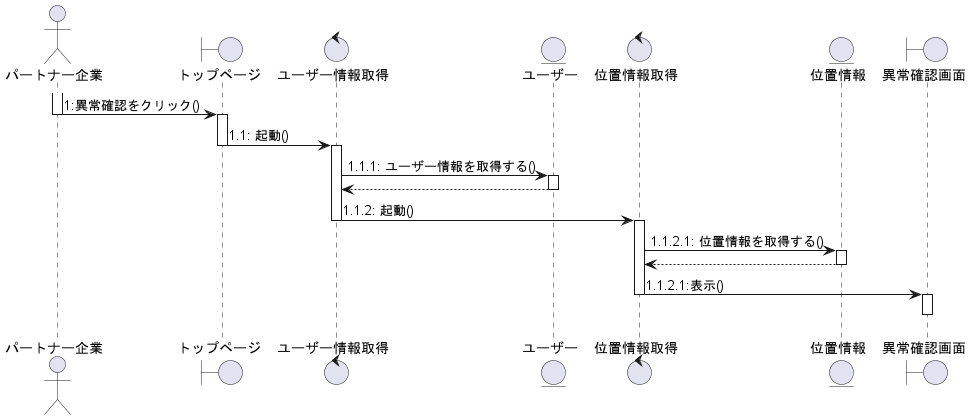
This is out/client_sequence/異常確認.png from ksw2270227/GroupF, a PlantUML export, as it was before one commit. Source of this version:
```plantuml
@startuml 異常確認

actor パートナー企業 as 0
boundary "トップページ" as a
control "ユーザー情報取得" as c
entity ユーザー
control "位置情報取得" as b
entity 位置情報
boundary "異常確認画面" as d





activate 0
0 -> a : 1:異常確認をクリック()
deactivate 0

activate a
a -> c : 1.1: 起動()
deactivate a



activate c
c -> ユーザー :1.1.1: ユーザー情報を取得する()
activate ユーザー
ユーザー --> c
deactivate ユーザー

c -> b : 1.1.2: 起動()
deactivate c


activate b
b -> 位置情報 :1.1.2.1: 位置情報を取得する()
activate 位置情報
位置情報 --> b
deactivate 位置情報

d <- b : 1.1.2.1:表示()
deactivate b
activate d
d -[hidden]-> d
deactivate d

@enduml
```
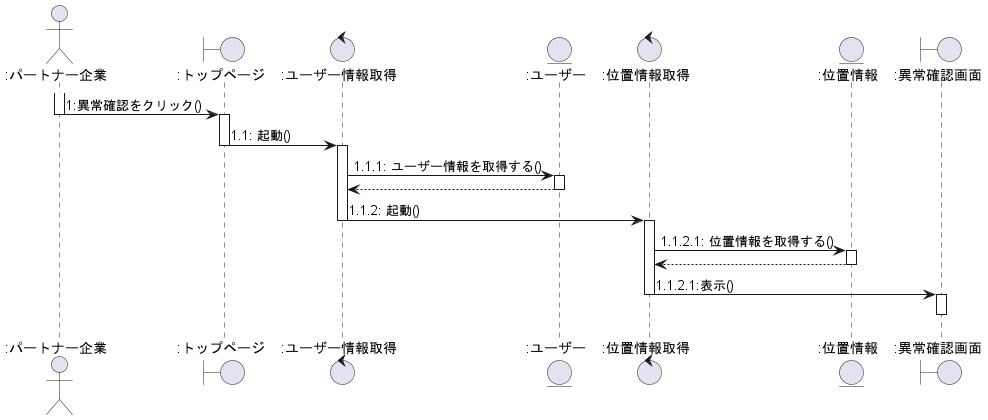
Later version of the same file.

Diff of the diagram source:
```diff
@@ -1,14 +1,12 @@
 @startuml 異常確認
 
-actor パートナー企業 as 0
-boundary "トップページ" as a
-control "ユーザー情報取得" as c
-entity ユーザー
-control "位置情報取得" as b
-entity 位置情報
-boundary "異常確認画面" as d
-
-
+actor ":パートナー企業" as 0
+boundary ":トップページ" as a
+control ":ユーザー情報取得" as c
+entity ":ユーザー" as e
+control ":位置情報取得" as b
+entity ":位置情報" as en
+boundary ":異常確認画面" as d
 
 
 
@@ -23,20 +21,20 @@
 
 
 activate c
-c -> ユーザー :1.1.1: ユーザー情報を取得する()
-activate ユーザー
-ユーザー --> c
-deactivate ユーザー
+c -> e :1.1.1: ユーザー情報を取得する()
+activate e
+e --> c
+deactivate e
 
 c -> b : 1.1.2: 起動()
 deactivate c
 
 
 activate b
-b -> 位置情報 :1.1.2.1: 位置情報を取得する()
-activate 位置情報
-位置情報 --> b
-deactivate 位置情報
+b -> en :1.1.2.1: 位置情報を取得する()
+activate en
+en --> b
+deactivate en
 
 d <- b : 1.1.2.1:表示()
 deactivate b
```
